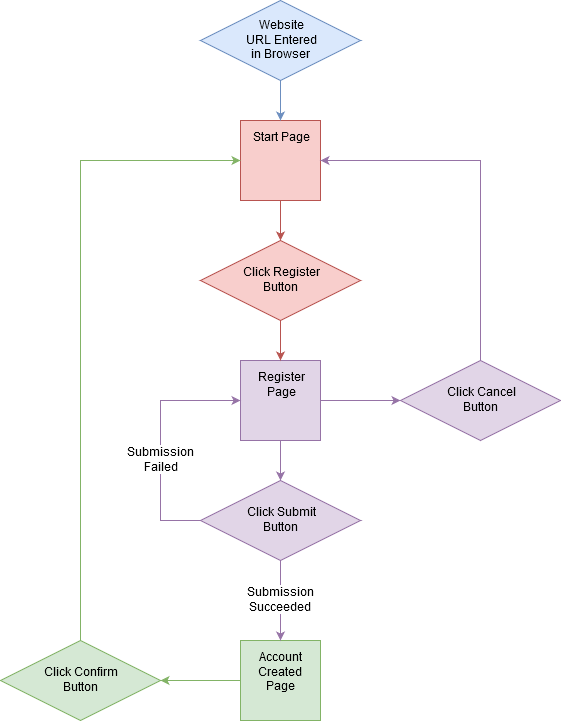
j-sea/state-machine keeps this draw.io diagram as registration-chunked.png. Above is the earlier version. Source tidied: cells renumbered, new cells last; positions are measured from the earlier drawing's top-left corner, leaving out a move shared by most shapes. Its diagram source:
```xml
<mxGraphModel>
  <root>
    <mxCell id="0" />
    <mxCell id="1" parent="0" />
    <mxCell id="2" style="edgeStyle=orthogonalEdgeStyle;rounded=0;jettySize=auto;html=1;exitX=0.5;exitY=1;exitDx=0;exitDy=0;entryX=0.5;entryY=0;entryDx=0;entryDy=0;fillColor=#f8cecc;strokeColor=#b85450;" parent="1" edge="1" source="3" target="10">
      <mxGeometry relative="1" as="geometry" />
    </mxCell>
    <mxCell id="3" value="&lt;div&gt;Start Page&lt;/div&gt;&lt;div&gt;&lt;br&gt;&lt;/div&gt;&lt;div&gt;&lt;br&gt;&lt;/div&gt;&lt;div&gt;&lt;br&gt;&lt;/div&gt;" style="rounded=0;whiteSpace=wrap;html=1;labelBackgroundColor=none;fillColor=#f8cecc;strokeColor=#b85450;glass=0;comic=0;" parent="1" vertex="1">
      <mxGeometry x="240" y="120" width="80" height="80" as="geometry" />
    </mxCell>
    <mxCell id="4" style="edgeStyle=orthogonalEdgeStyle;rounded=0;jettySize=auto;html=1;fillColor=#e1d5e7;strokeColor=#9673a6;" parent="1" edge="1" source="6" target="14">
      <mxGeometry relative="1" as="geometry" />
    </mxCell>
    <mxCell id="5" style="edgeStyle=orthogonalEdgeStyle;rounded=0;jettySize=auto;html=1;fillColor=#e1d5e7;strokeColor=#9673a6;" parent="1" edge="1" source="6" target="17">
      <mxGeometry relative="1" as="geometry" />
    </mxCell>
    <mxCell id="6" value="&lt;div&gt;Register&lt;/div&gt;&lt;div&gt;Page&lt;/div&gt;&lt;div&gt;&lt;br&gt;&lt;/div&gt;&lt;div&gt;&lt;br&gt;&lt;/div&gt;" style="rounded=0;whiteSpace=wrap;html=1;labelBackgroundColor=none;fillColor=#e1d5e7;strokeColor=#9673a6;" parent="1" vertex="1">
      <mxGeometry x="240" y="360" width="80" height="80" as="geometry" />
    </mxCell>
    <mxCell id="7" style="edgeStyle=orthogonalEdgeStyle;rounded=0;jettySize=auto;html=1;fontSize=12;fillColor=#d5e8d4;strokeColor=#82b366;" parent="1" edge="1" source="8" target="19">
      <mxGeometry relative="1" as="geometry" />
    </mxCell>
    <mxCell id="8" value="&lt;div&gt;Account&lt;/div&gt;&lt;div&gt;Created&lt;br&gt;&lt;/div&gt;&lt;div&gt;Page&lt;/div&gt;&lt;div&gt;&lt;br&gt;&lt;/div&gt;" style="rounded=0;whiteSpace=wrap;html=1;labelBackgroundColor=none;fillColor=#d5e8d4;strokeColor=#82b366;" parent="1" vertex="1">
      <mxGeometry x="240" y="640" width="80" height="80" as="geometry" />
    </mxCell>
    <mxCell id="9" style="edgeStyle=orthogonalEdgeStyle;rounded=0;jettySize=auto;html=1;exitX=0.5;exitY=1;exitDx=0;exitDy=0;entryX=0.5;entryY=0;entryDx=0;entryDy=0;fillColor=#f8cecc;strokeColor=#b85450;" parent="1" edge="1" source="10" target="6">
      <mxGeometry relative="1" as="geometry" />
    </mxCell>
    <mxCell id="10" value="&lt;div&gt;Click Register&lt;/div&gt;&lt;div&gt;Button&lt;br&gt;&lt;/div&gt;" style="rhombus;whiteSpace=wrap;html=1;fillColor=#f8cecc;strokeColor=#b85450;" parent="1" vertex="1">
      <mxGeometry x="200" y="240" width="160" height="80" as="geometry" />
    </mxCell>
    <mxCell id="11" style="edgeStyle=orthogonalEdgeStyle;rounded=0;jettySize=auto;html=1;fontSize=12;fillColor=#dae8fc;strokeColor=#6c8ebf;" parent="1" edge="1" source="12" target="3">
      <mxGeometry relative="1" as="geometry" />
    </mxCell>
    <mxCell id="12" value="&lt;div&gt;Website&lt;/div&gt;&lt;div&gt;URL Entered&lt;/div&gt;&lt;div&gt;in Browser&lt;br&gt;&lt;/div&gt;" style="rhombus;whiteSpace=wrap;html=1;fillColor=#dae8fc;strokeColor=#6c8ebf;" parent="1" vertex="1">
      <mxGeometry x="200" width="160" height="80" as="geometry" />
    </mxCell>
    <mxCell id="13" style="edgeStyle=orthogonalEdgeStyle;rounded=0;jettySize=auto;html=1;entryX=1;entryY=0.5;entryDx=0;entryDy=0;fillColor=#e1d5e7;strokeColor=#9673a6;" parent="1" edge="1" source="14" target="3">
      <mxGeometry relative="1" as="geometry">
        <Array as="points">
          <mxPoint x="480" y="160" />
        </Array>
      </mxGeometry>
    </mxCell>
    <mxCell id="14" value="&lt;div&gt;Click Cancel&lt;/div&gt;&lt;div&gt;Button&lt;br&gt;&lt;/div&gt;" style="rhombus;whiteSpace=wrap;html=1;fillColor=#e1d5e7;strokeColor=#9673a6;" parent="1" vertex="1">
      <mxGeometry x="400" y="360" width="160" height="80" as="geometry" />
    </mxCell>
    <mxCell id="15" value="&lt;div style=&quot;font-size: 12px;&quot;&gt;Submission&lt;/div&gt;&lt;div style=&quot;font-size: 12px;&quot;&gt;Failed&lt;/div&gt;" style="edgeStyle=orthogonalEdgeStyle;rounded=0;jettySize=auto;html=1;exitX=0;exitY=0.5;exitDx=0;exitDy=0;entryX=0;entryY=0.5;entryDx=0;entryDy=0;fontSize=12;fillColor=#e1d5e7;strokeColor=#9673a6;" parent="1" edge="1" source="17" target="6">
      <mxGeometry x="-0.17" relative="1" as="geometry">
        <Array as="points">
          <mxPoint x="160" y="520" />
          <mxPoint x="160" y="400" />
        </Array>
      </mxGeometry>
    </mxCell>
    <mxCell id="16" value="&lt;div&gt;Submission&lt;/div&gt;&lt;div&gt;Succeeded&lt;br&gt;&lt;/div&gt;" style="edgeStyle=orthogonalEdgeStyle;rounded=0;jettySize=auto;html=1;fontSize=12;fillColor=#e1d5e7;strokeColor=#9673a6;" parent="1" edge="1" source="17" target="8">
      <mxGeometry relative="1" as="geometry" />
    </mxCell>
    <mxCell id="17" value="&lt;div&gt;Click Submit&lt;/div&gt;&lt;div&gt;Button&lt;br&gt;&lt;/div&gt;" style="rhombus;whiteSpace=wrap;html=1;fillColor=#e1d5e7;strokeColor=#9673a6;" parent="1" vertex="1">
      <mxGeometry x="200" y="480" width="160" height="80" as="geometry" />
    </mxCell>
    <mxCell id="18" style="edgeStyle=orthogonalEdgeStyle;rounded=0;jettySize=auto;html=1;exitX=0.5;exitY=0;exitDx=0;exitDy=0;entryX=0;entryY=0.5;entryDx=0;entryDy=0;fontSize=12;fillColor=#d5e8d4;strokeColor=#82b366;" parent="1" edge="1" source="19" target="3">
      <mxGeometry relative="1" as="geometry" />
    </mxCell>
    <mxCell id="19" value="&lt;div&gt;Click Confirm&lt;/div&gt;&lt;div&gt;Button&lt;br&gt;&lt;/div&gt;" style="rhombus;whiteSpace=wrap;html=1;fillColor=#d5e8d4;strokeColor=#82b366;" parent="1" vertex="1">
      <mxGeometry y="640" width="160" height="80" as="geometry" />
    </mxCell>
  </root>
</mxGraphModel>
```
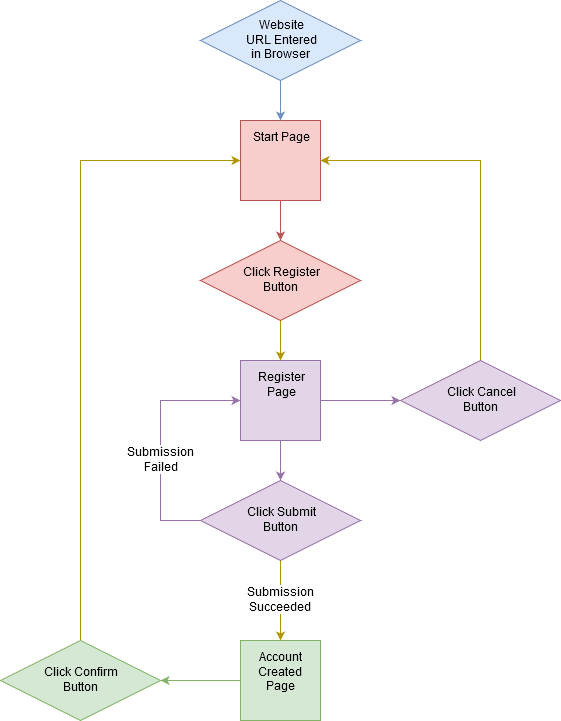
After the commit.

Diff of the diagram source:
```diff
@@ -23,7 +23,7 @@
     <mxCell id="8" value="&lt;div&gt;Account&lt;/div&gt;&lt;div&gt;Created&lt;br&gt;&lt;/div&gt;&lt;div&gt;Page&lt;/div&gt;&lt;div&gt;&lt;br&gt;&lt;/div&gt;" style="rounded=0;whiteSpace=wrap;html=1;labelBackgroundColor=none;fillColor=#d5e8d4;strokeColor=#82b366;" parent="1" vertex="1">
       <mxGeometry x="240" y="640" width="80" height="80" as="geometry" />
     </mxCell>
-    <mxCell id="9" style="edgeStyle=orthogonalEdgeStyle;rounded=0;jettySize=auto;html=1;exitX=0.5;exitY=1;exitDx=0;exitDy=0;entryX=0.5;entryY=0;entryDx=0;entryDy=0;fillColor=#f8cecc;strokeColor=#b85450;" parent="1" edge="1" source="10" target="6">
+    <mxCell id="9" style="edgeStyle=orthogonalEdgeStyle;rounded=0;jettySize=auto;html=1;exitX=0.5;exitY=1;exitDx=0;exitDy=0;entryX=0.5;entryY=0;entryDx=0;entryDy=0;fillColor=#e3c800;strokeColor=#B09500;" parent="1" edge="1" source="10" target="6">
       <mxGeometry relative="1" as="geometry" />
     </mxCell>
     <mxCell id="10" value="&lt;div&gt;Click Register&lt;/div&gt;&lt;div&gt;Button&lt;br&gt;&lt;/div&gt;" style="rhombus;whiteSpace=wrap;html=1;fillColor=#f8cecc;strokeColor=#b85450;" parent="1" vertex="1">
@@ -35,7 +35,7 @@
     <mxCell id="12" value="&lt;div&gt;Website&lt;/div&gt;&lt;div&gt;URL Entered&lt;/div&gt;&lt;div&gt;in Browser&lt;br&gt;&lt;/div&gt;" style="rhombus;whiteSpace=wrap;html=1;fillColor=#dae8fc;strokeColor=#6c8ebf;" parent="1" vertex="1">
       <mxGeometry x="200" width="160" height="80" as="geometry" />
     </mxCell>
-    <mxCell id="13" style="edgeStyle=orthogonalEdgeStyle;rounded=0;jettySize=auto;html=1;entryX=1;entryY=0.5;entryDx=0;entryDy=0;fillColor=#e1d5e7;strokeColor=#9673a6;" parent="1" edge="1" source="14" target="3">
+    <mxCell id="13" style="edgeStyle=orthogonalEdgeStyle;rounded=0;jettySize=auto;html=1;entryX=1;entryY=0.5;entryDx=0;entryDy=0;fillColor=#e3c800;strokeColor=#B09500;" parent="1" edge="1" source="14" target="3">
       <mxGeometry relative="1" as="geometry">
         <Array as="points">
           <mxPoint x="480" y="160" />
@@ -53,13 +53,13 @@
         </Array>
       </mxGeometry>
     </mxCell>
-    <mxCell id="16" value="&lt;div&gt;Submission&lt;/div&gt;&lt;div&gt;Succeeded&lt;br&gt;&lt;/div&gt;" style="edgeStyle=orthogonalEdgeStyle;rounded=0;jettySize=auto;html=1;fontSize=12;fillColor=#e1d5e7;strokeColor=#9673a6;" parent="1" edge="1" source="17" target="8">
+    <mxCell id="16" value="&lt;div&gt;Submission&lt;/div&gt;&lt;div&gt;Succeeded&lt;br&gt;&lt;/div&gt;" style="edgeStyle=orthogonalEdgeStyle;rounded=0;jettySize=auto;html=1;fontSize=12;fillColor=#e3c800;strokeColor=#B09500;" parent="1" edge="1" source="17" target="8">
       <mxGeometry relative="1" as="geometry" />
     </mxCell>
     <mxCell id="17" value="&lt;div&gt;Click Submit&lt;/div&gt;&lt;div&gt;Button&lt;br&gt;&lt;/div&gt;" style="rhombus;whiteSpace=wrap;html=1;fillColor=#e1d5e7;strokeColor=#9673a6;" parent="1" vertex="1">
       <mxGeometry x="200" y="480" width="160" height="80" as="geometry" />
     </mxCell>
-    <mxCell id="18" style="edgeStyle=orthogonalEdgeStyle;rounded=0;jettySize=auto;html=1;exitX=0.5;exitY=0;exitDx=0;exitDy=0;entryX=0;entryY=0.5;entryDx=0;entryDy=0;fontSize=12;fillColor=#d5e8d4;strokeColor=#82b366;" parent="1" edge="1" source="19" target="3">
+    <mxCell id="18" style="edgeStyle=orthogonalEdgeStyle;rounded=0;jettySize=auto;html=1;exitX=0.5;exitY=0;exitDx=0;exitDy=0;entryX=0;entryY=0.5;entryDx=0;entryDy=0;fontSize=12;fillColor=#e3c800;strokeColor=#B09500;" parent="1" edge="1" source="19" target="3">
       <mxGeometry relative="1" as="geometry" />
     </mxCell>
     <mxCell id="19" value="&lt;div&gt;Click Confirm&lt;/div&gt;&lt;div&gt;Button&lt;br&gt;&lt;/div&gt;" style="rhombus;whiteSpace=wrap;html=1;fillColor=#d5e8d4;strokeColor=#82b366;" parent="1" vertex="1">
```
